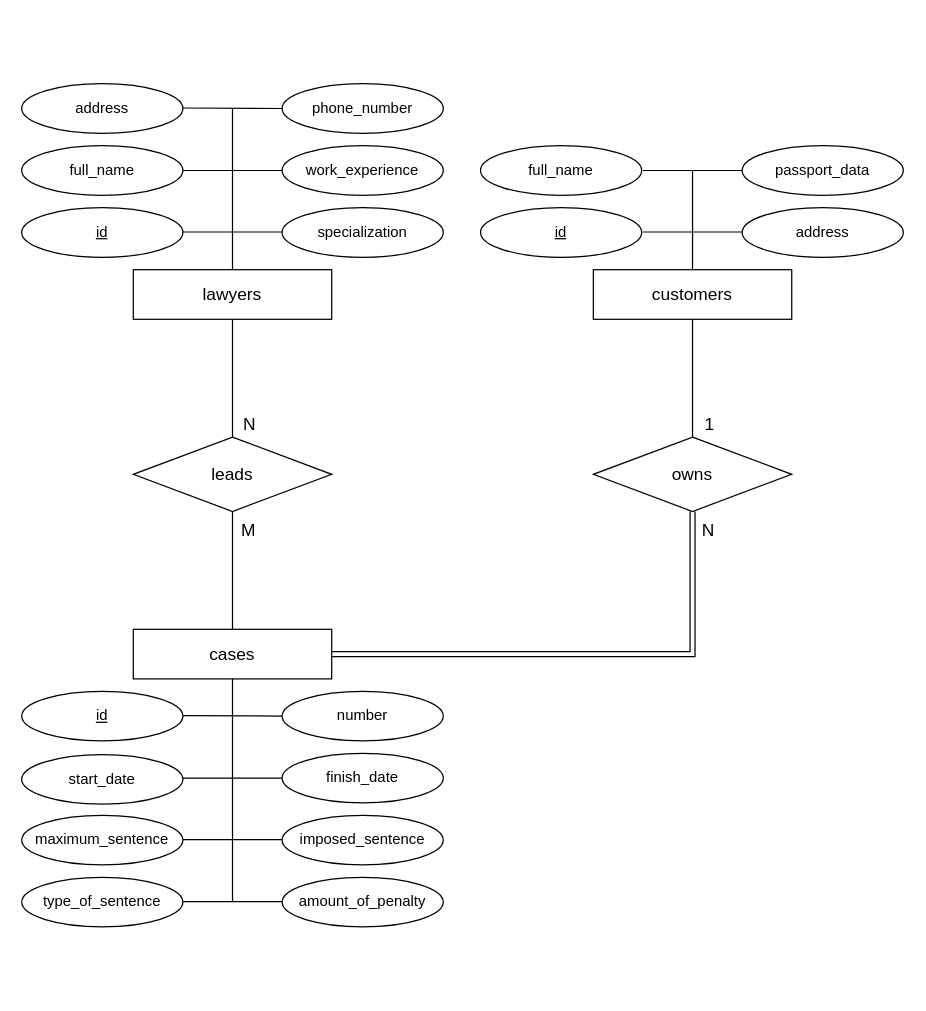
Above: lab-1/er-model-law-firm.drawio in nenikitoc/database-institute (draw.io), before the change. Source tidied: cells renumbered, new cells numbered last; positions are measured from the earlier drawing's top-left corner, leaving out a move shared by most shapes. Both pictures are drawn from the tidied source at 124%, with x=0, y=0 at pixel (21, 83).
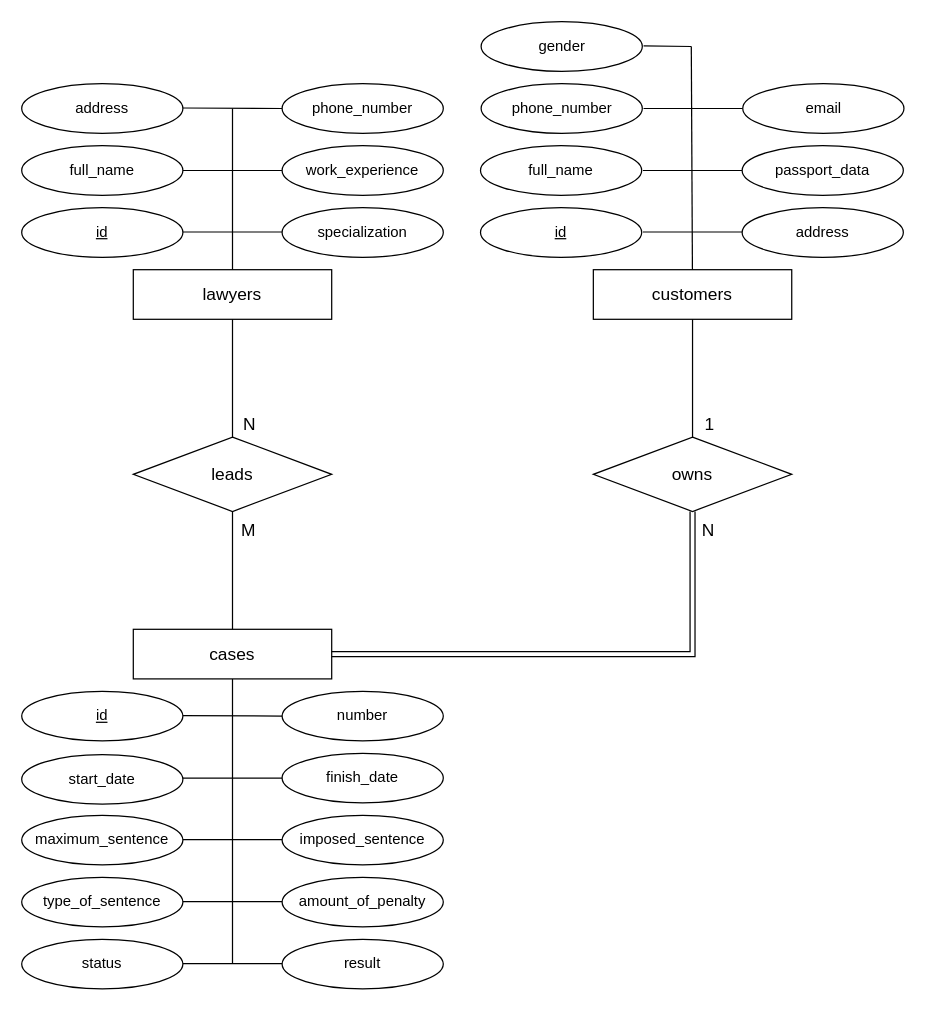
The same page after the edit.

Unchanged cells that the change refers to:
```xml
<mxCell id="13" value="customers" style="whiteSpace=wrap;html=1;align=center;fontSize=14;" parent="1" vertex="1">
  <mxGeometry x="461" y="150" width="160" height="40" as="geometry" />
</mxCell>
<mxCell id="21" value="cases" style="whiteSpace=wrap;html=1;align=center;fontSize=14;" parent="1" vertex="1">
  <mxGeometry x="90" y="440" width="160" height="40" as="geometry" />
</mxCell>
```

Diff of the diagram source:
```diff
@@
     <mxCell id="16" style="endArrow=none;html=1;rounded=0;" parent="1" edge="1" source="13">
       <mxGeometry relative="1" as="geometry">
-        <mxPoint x="541" y="70" as="targetPoint" />
+        <mxPoint x="540" y="-30" as="targetPoint" />
       </mxGeometry>
     </mxCell>
@@
     <mxCell id="26" style="endArrow=none;html=1;rounded=0;entryX=0.5;entryY=1;entryDx=0;entryDy=0;" parent="1" edge="1" target="21">
       <mxGeometry relative="1" as="geometry">
-        <mxPoint x="170" y="660" as="sourcePoint" />
+        <mxPoint x="170" y="710" as="sourcePoint" />
       </mxGeometry>
     </mxCell>
@@
+    <mxCell id="45" value="phone_number" style="ellipse;whiteSpace=wrap;html=1;align=center;fontSize=12;" parent="1" vertex="1">
+      <mxGeometry x="370.5" width="130" height="40" as="geometry" />
+    </mxCell>
+    <mxCell id="46" style="rounded=0;orthogonalLoop=1;jettySize=auto;html=1;endArrow=none;endFill=0;entryX=1;entryY=0.5;entryDx=0;entryDy=0;" parent="1" edge="1">
+      <mxGeometry relative="1" as="geometry">
+        <mxPoint x="581.5" y="20" as="sourcePoint" />
+        <mxPoint x="501.5" y="20" as="targetPoint" />
+      </mxGeometry>
+    </mxCell>
+    <mxCell id="47" value="email" style="ellipse;whiteSpace=wrap;html=1;align=center;fontSize=12;" parent="1" vertex="1">
+      <mxGeometry x="581.5" width="130" height="40" as="geometry" />
+    </mxCell>
+    <mxCell id="48" value="result" style="ellipse;whiteSpace=wrap;html=1;align=center;fontSize=12;" parent="1" vertex="1">
+      <mxGeometry x="210" y="690" width="130" height="40" as="geometry" />
+    </mxCell>
+    <mxCell id="49" style="rounded=0;orthogonalLoop=1;jettySize=auto;html=1;endArrow=none;endFill=0;entryX=1;entryY=0.5;entryDx=0;entryDy=0;" parent="1" edge="1">
+      <mxGeometry relative="1" as="geometry">
+        <mxPoint x="210" y="709.6" as="sourcePoint" />
+        <mxPoint x="130" y="709.6" as="targetPoint" />
+      </mxGeometry>
+    </mxCell>
+    <mxCell id="50" value="status" style="ellipse;whiteSpace=wrap;html=1;align=center;fontSize=12;" parent="1" vertex="1">
+      <mxGeometry y="690" width="130" height="40" as="geometry" />
+    </mxCell>
+    <mxCell id="51" value="gender" style="ellipse;whiteSpace=wrap;html=1;align=center;fontSize=12;" parent="1" vertex="1">
+      <mxGeometry x="370.5" y="-50" width="130" height="40" as="geometry" />
+    </mxCell>
+    <mxCell id="52" style="rounded=0;orthogonalLoop=1;jettySize=auto;html=1;endArrow=none;endFill=0;entryX=1;entryY=0.5;entryDx=0;entryDy=0;" parent="1" edge="1">
+      <mxGeometry relative="1" as="geometry">
+        <mxPoint x="540" y="-30" as="sourcePoint" />
+        <mxPoint x="501.5" y="-30.5" as="targetPoint" />
+      </mxGeometry>
+    </mxCell>
```
